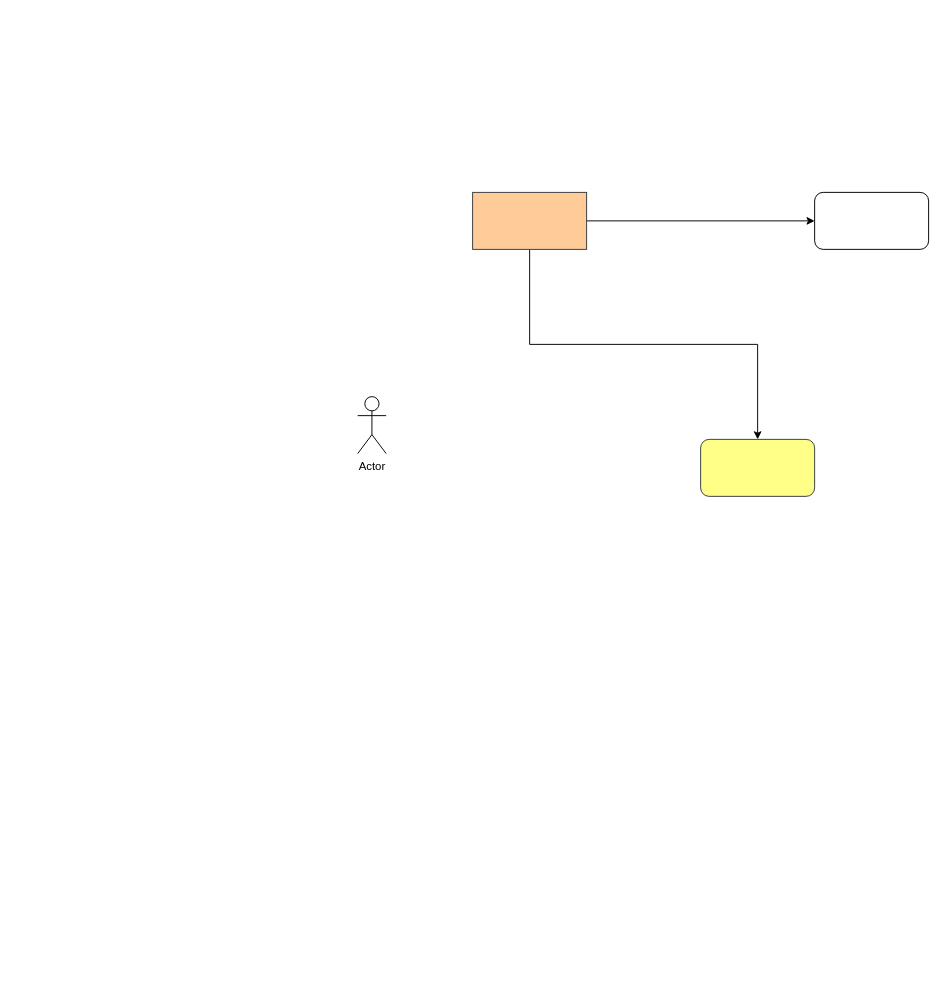
This is page "Leveranse-NVDB" (3 of 5) of E18VK-E103_PPM.drawio.drawio from oscarjacobsen/shared, a draw.io file, before an edit. Source tidied: cells renumbered, new cells numbered last; positions are measured from the earlier drawing's top-left corner, leaving out a move shared by most shapes. Both pictures are drawn from the tidied source at 95%, with x=0, y=0 at pixel (357, 192).
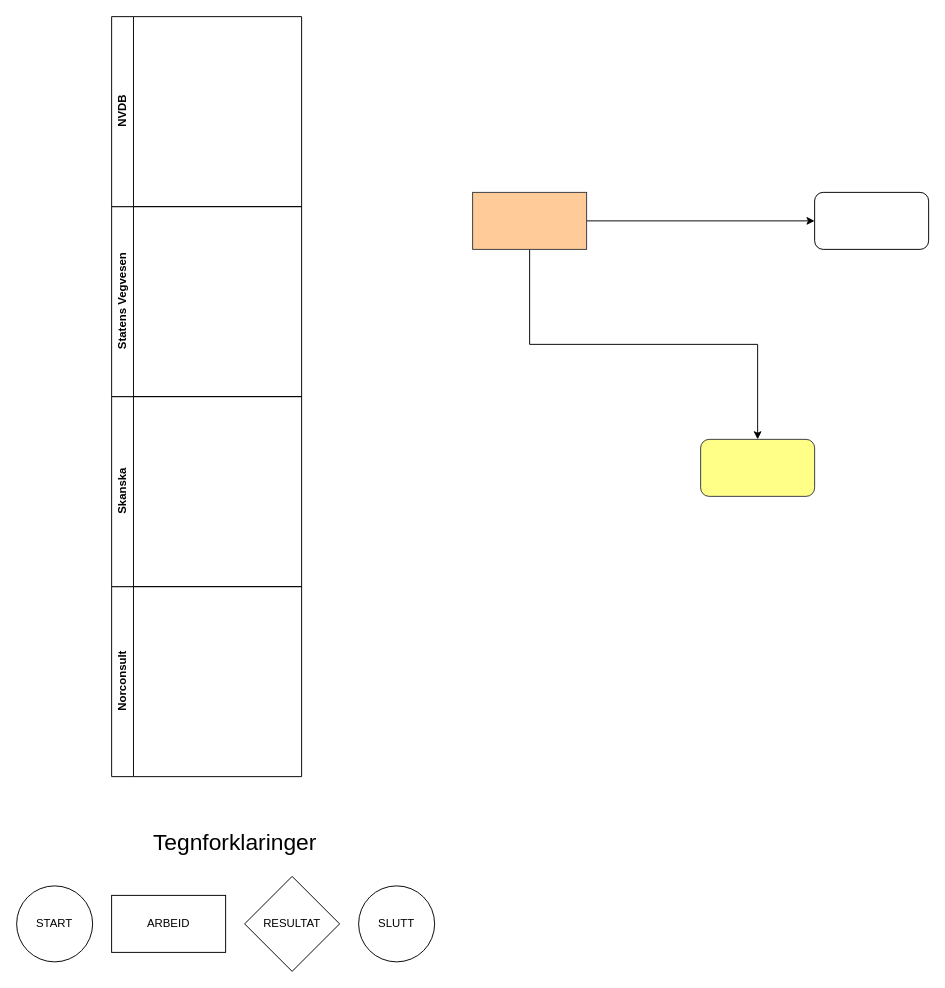
The same page after the edit.

What changed in the source:
```diff
@@
 <mxGraphModel>
   <root>
     <mxCell id="0" />
     <mxCell id="1" parent="0" />
-    <mxCell id="2" value="Actor" style="shape=umlActor;verticalLabelPosition=bottom;verticalAlign=top;html=1;" parent="1" vertex="1">
-      <mxGeometry y="215" width="30" height="60" as="geometry" />
-    </mxCell>
     <mxCell id="3" style="edgeStyle=orthogonalEdgeStyle;rounded=0;jettySize=auto;html=1;entryX=0;entryY=0.5;entryDx=0;entryDy=0;" parent="1" edge="1" source="5" target="6">
       <mxGeometry relative="1" as="geometry" />
     </mxCell>
     <mxCell id="4" style="edgeStyle=orthogonalEdgeStyle;rounded=0;jettySize=auto;html=1;entryX=0.5;entryY=0;entryDx=0;entryDy=0;exitX=0.5;exitY=1;exitDx=0;exitDy=0;" parent="1" edge="1" source="5" target="7">
       <mxGeometry relative="1" as="geometry" />
     </mxCell>
     <mxCell id="5" style="rounded=0;whiteSpace=wrap;html=1;fillColor=#ffcc99;strokeColor=#36393d;" parent="1" vertex="1">
       <mxGeometry x="121" width="120" height="60" as="geometry" />
     </mxCell>
     <mxCell id="6" style="rounded=1;whiteSpace=wrap;html=1;" parent="1" vertex="1">
       <mxGeometry x="481" width="120" height="60" as="geometry" />
     </mxCell>
     <mxCell id="7" style="rounded=1;whiteSpace=wrap;html=1;fillColor=#ffff88;strokeColor=#36393d;" parent="1" vertex="1">
       <mxGeometry x="361" y="260" width="120" height="60" as="geometry" />
     </mxCell>
+    <mxCell id="8" value="Norconsult" style="swimlane;horizontal=0;whiteSpace=wrap;html=1;" parent="1" vertex="1">
+      <mxGeometry x="-259" y="415" width="200" height="200" as="geometry" />
+    </mxCell>
+    <mxCell id="9" value="Skanska" style="swimlane;horizontal=0;whiteSpace=wrap;html=1;" parent="1" vertex="1">
+      <mxGeometry x="-259" y="215" width="200" height="200" as="geometry" />
+    </mxCell>
+    <mxCell id="10" value="Statens Vegvesen" style="swimlane;horizontal=0;whiteSpace=wrap;html=1;" parent="1" vertex="1">
+      <mxGeometry x="-259" y="15" width="200" height="200" as="geometry" />
+    </mxCell>
+    <mxCell id="11" value="NVDB" style="swimlane;horizontal=0;whiteSpace=wrap;html=1;" parent="1" vertex="1">
+      <mxGeometry x="-259" y="-185" width="200" height="200" as="geometry" />
+    </mxCell>
+    <mxCell id="12" style="group;" parent="1" vertex="1">
+      <mxGeometry x="-359" y="670" width="440" height="150" as="geometry" />
+    </mxCell>
+    <mxCell id="13" value="RESULTAT" style="rhombus;whiteSpace=wrap;html=1;" parent="12" vertex="1">
+      <mxGeometry x="240" y="50" width="100" height="100" as="geometry" />
+    </mxCell>
+    <mxCell id="14" value="ARBEID" style="rounded=0;whiteSpace=wrap;html=1;" parent="12" vertex="1">
+      <mxGeometry x="100" y="70" width="120" height="60" as="geometry" />
+    </mxCell>
+    <mxCell id="15" value="START" style="ellipse;whiteSpace=wrap;html=1;" parent="12" vertex="1">
+      <mxGeometry y="60" width="80" height="80" as="geometry" />
+    </mxCell>
+    <mxCell id="16" value="SLUTT" style="ellipse;whiteSpace=wrap;html=1;" parent="12" vertex="1">
+      <mxGeometry x="360" y="60" width="80" height="80" as="geometry" />
+    </mxCell>
+    <mxCell id="17" value="&lt;font style=&quot;font-size: 24px;&quot;&gt;Tegnforklaringer&lt;/font&gt;" style="text;html=1;strokeColor=none;fillColor=none;align=center;verticalAlign=middle;whiteSpace=wrap;rounded=0;" parent="12" vertex="1">
+      <mxGeometry x="200" width="60" height="30" as="geometry" />
+    </mxCell>
   </root>
 </mxGraphModel>
```
